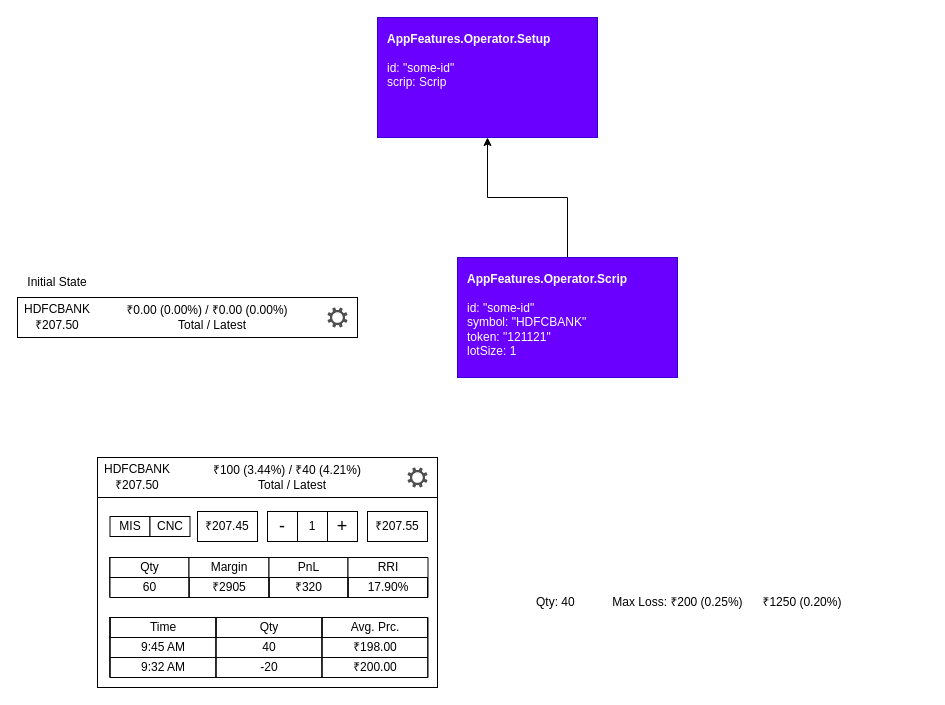
appsparkler/draw.io keeps this draw.io diagram as freely-busy.drawio. Above is the earlier version. Source tidied: cells renumbered, new cells numbered last; positions are measured from the earlier drawing's top-left corner, leaving out a move shared by most shapes. Both pictures are drawn from the tidied source at 100%, with x=0, y=0 at pixel (17, 17).
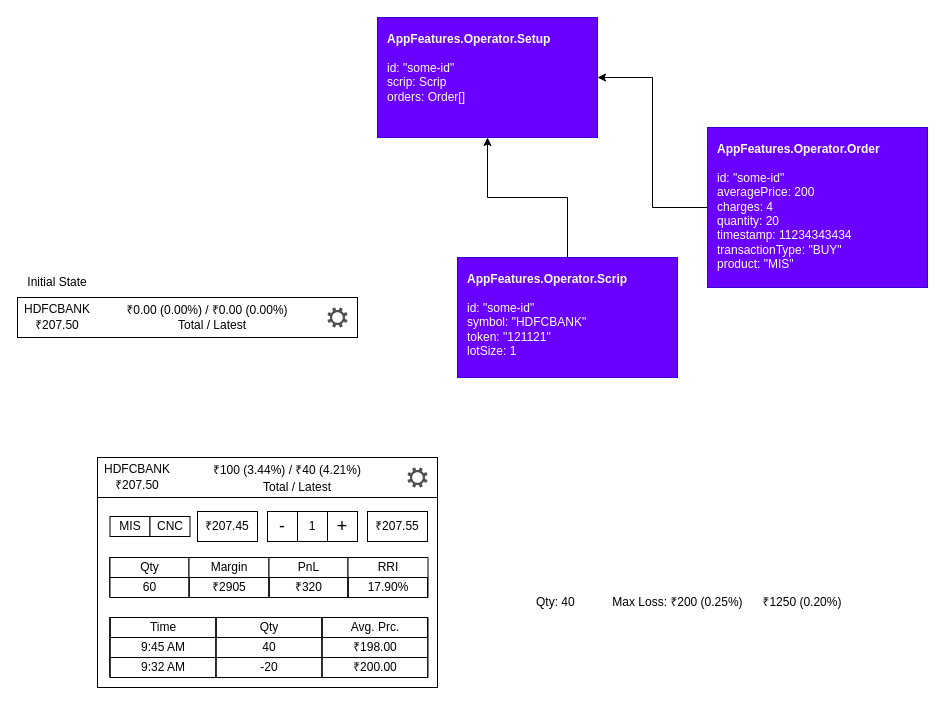
The same diagram, later.

Change to the diagram source:
```diff
@@
-    <mxCell id="33" value="&lt;div&gt;&lt;b&gt;AppFeatures.Operator.Setup&lt;/b&gt;&lt;/div&gt;&lt;div&gt;&lt;br&gt;&lt;/div&gt;&lt;div&gt;id: &quot;some-id&quot;&lt;/div&gt;scrip: Scrip" style="whiteSpace=wrap;html=1;align=left;spacing=10;verticalAlign=top;fillColor=#6a00ff;strokeColor=#3700CC;fontColor=#ffffff;" parent="1" vertex="1">
+    <mxCell id="33" value="&lt;div&gt;&lt;b&gt;AppFeatures.Operator.Setup&lt;/b&gt;&lt;/div&gt;&lt;div&gt;&lt;br&gt;&lt;/div&gt;&lt;div&gt;id: &quot;some-id&quot;&lt;/div&gt;&lt;div&gt;scrip: Scrip&lt;/div&gt;&lt;div&gt;orders: Order[]&lt;/div&gt;" style="whiteSpace=wrap;html=1;align=left;spacing=10;verticalAlign=top;fillColor=#6a00ff;strokeColor=#3700CC;fontColor=#ffffff;" parent="1" vertex="1">
       <mxGeometry x="360" width="220" height="120" as="geometry" />
     </mxCell>
     <mxCell id="34" value="&lt;span style=&quot;color: light-dark(rgb(0, 0, 0), rgb(128, 128, 128));&quot;&gt;Total&lt;/span&gt;&amp;nbsp;&lt;span style=&quot;color: light-dark(rgb(0, 0, 0), rgb(153, 153, 153));&quot;&gt;/&amp;nbsp;&lt;/span&gt;&lt;span style=&quot;color: light-dark(rgb(0, 0, 0), rgb(128, 128, 128));&quot;&gt;Latest&lt;/span&gt;" style="text;html=1;whiteSpace=wrap;strokeColor=none;fillColor=none;align=center;verticalAlign=middle;rounded=0;" parent="1" vertex="1">
-      <mxGeometry x="185" y="458" width="180" height="20" as="geometry" />
+      <mxGeometry x="190" y="460" width="180" height="20" as="geometry" />
     </mxCell>
@@
+    <mxCell id="53" style="edgeStyle=orthogonalEdgeStyle;rounded=0;jettySize=auto;html=1;entryX=1;entryY=0.5;entryDx=0;entryDy=0;defaultLabelBackgroundColor=page;" parent="1" edge="1" source="54" target="33">
+      <mxGeometry relative="1" as="geometry" />
+    </mxCell>
+    <mxCell id="54" value="&lt;div&gt;&lt;b&gt;AppFeatures.Operator.Order&lt;/b&gt;&lt;/div&gt;&lt;div&gt;&lt;br&gt;&lt;/div&gt;&lt;div&gt;id: &quot;some-id&quot;&lt;/div&gt;&lt;div&gt;averagePrice: 200&lt;/div&gt;&lt;div&gt;charges: 4&lt;/div&gt;&lt;div&gt;quantity: 20&lt;/div&gt;&lt;div&gt;timestamp: 11234343434&lt;/div&gt;&lt;div&gt;transactionType: &quot;BUY&quot;&lt;/div&gt;&lt;div&gt;product: &quot;MIS&quot;&lt;/div&gt;" style="whiteSpace=wrap;html=1;align=left;spacing=10;verticalAlign=top;fillColor=#6a00ff;strokeColor=#3700CC;fontColor=#ffffff;" parent="1" vertex="1">
+      <mxGeometry x="690" y="110" width="220" height="160" as="geometry" />
+    </mxCell>
```
